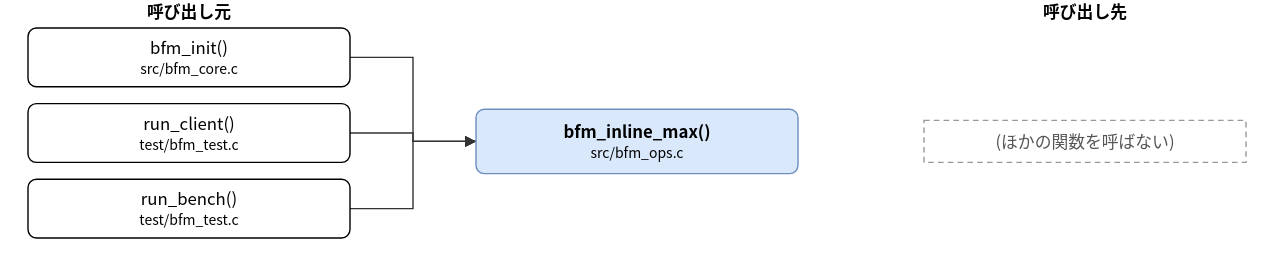
hf355051012-ai/bfmem keeps this draw.io diagram as doc/spec/images/call_src_bfm_ops-bfm_inline_max.drawio.svg. Above is the earlier version. Source tidied: cells renumbered, new cells last; positions are measured from the earlier drawing's top-left corner, leaving out a move shared by most shapes.
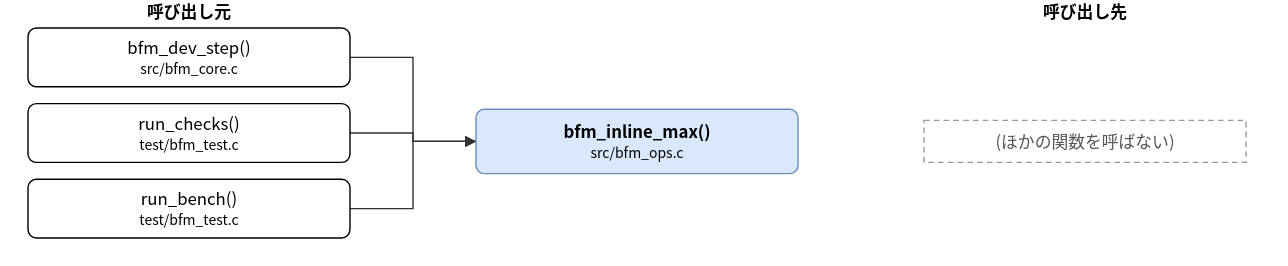
Later version of the same file.

What changed in the source:
```diff
@@ -5,10 +5,10 @@
     <mxCell id="2" value="bfm_inline_max()&lt;br&gt;&lt;font style=&quot;font-size:10px&quot;&gt;src/bfm_ops.c&lt;/font&gt;" style="rounded=1;whiteSpace=wrap;html=1;fillColor=#dae8fc;strokeColor=#6c8ebf;fontStyle=1;" parent="1" vertex="1">
       <mxGeometry x="320" y="78" width="230" height="46" as="geometry" />
     </mxCell>
-    <mxCell id="3" value="bfm_init()&lt;br&gt;&lt;font style=&quot;font-size:10px&quot;&gt;src/bfm_core.c&lt;/font&gt;" style="rounded=1;whiteSpace=wrap;html=1;" parent="1" vertex="1">
+    <mxCell id="3" value="bfm_dev_step()&lt;br&gt;&lt;font style=&quot;font-size:10px&quot;&gt;src/bfm_core.c&lt;/font&gt;" style="rounded=1;whiteSpace=wrap;html=1;" parent="1" vertex="1">
       <mxGeometry y="20" width="230" height="42" as="geometry" />
     </mxCell>
-    <mxCell id="4" value="run_client()&lt;br&gt;&lt;font style=&quot;font-size:10px&quot;&gt;test/bfm_test.c&lt;/font&gt;" style="rounded=1;whiteSpace=wrap;html=1;" parent="1" vertex="1">
+    <mxCell id="4" value="run_checks()&lt;br&gt;&lt;font style=&quot;font-size:10px&quot;&gt;test/bfm_test.c&lt;/font&gt;" style="rounded=1;whiteSpace=wrap;html=1;" parent="1" vertex="1">
       <mxGeometry y="74" width="230" height="42" as="geometry" />
     </mxCell>
     <mxCell id="5" value="run_bench()&lt;br&gt;&lt;font style=&quot;font-size:10px&quot;&gt;test/bfm_test.c&lt;/font&gt;" style="rounded=1;whiteSpace=wrap;html=1;" parent="1" vertex="1">
```
